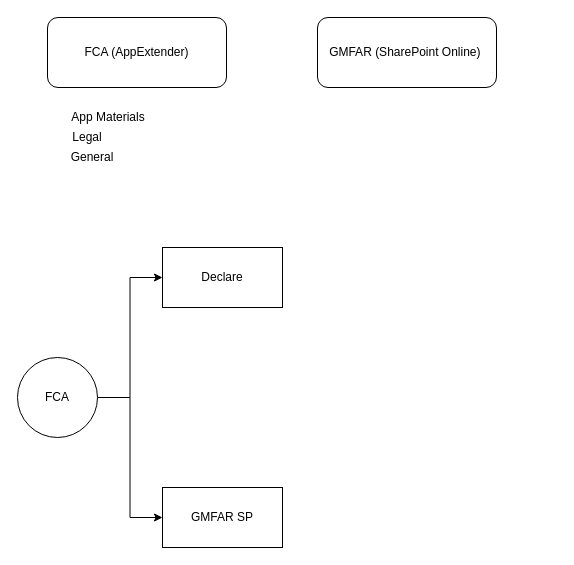
Above: page "ProjectHub Template" (6 of 7) of Nintex Workflow Cloud.drawio in ednat14/edna (draw.io), before the change. Source tidied: cells renumbered, new cells numbered last; positions are measured from the earlier drawing's top-left corner, leaving out a move shared by most shapes. Both pictures are drawn from the tidied source at 100%, with x=0, y=0 at pixel (17, 17).
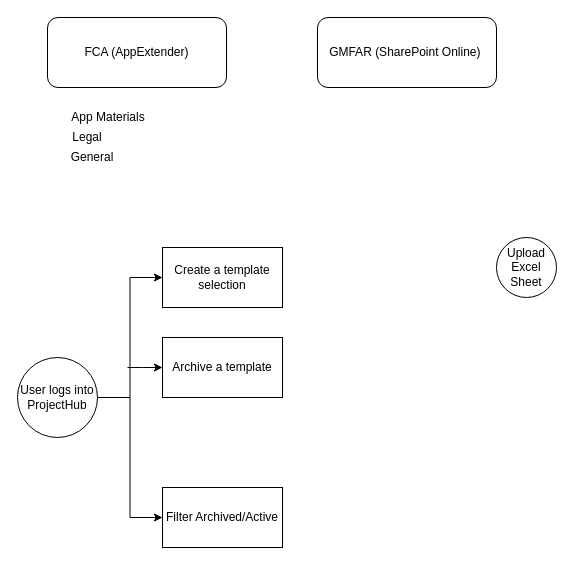
After the change.

The edit, as a diff of the source:
```diff
@@
 <mxGraphModel>
   <root>
     <mxCell id="0" />
     <mxCell id="1" parent="0" />
     <mxCell id="2" value="FCA (AppExtender)" style="rounded=1;whiteSpace=wrap;html=1;" parent="1" vertex="1">
       <mxGeometry x="30" width="179" height="70" as="geometry" />
     </mxCell>
     <mxCell id="3" value="GMFAR (SharePoint Online)&amp;nbsp;" style="rounded=1;whiteSpace=wrap;html=1;" parent="1" vertex="1">
       <mxGeometry x="300" width="179" height="70" as="geometry" />
     </mxCell>
     <mxCell id="4" value="App Materials" style="text;html=1;strokeColor=none;fillColor=none;align=center;verticalAlign=middle;whiteSpace=wrap;rounded=0;" parent="1" vertex="1">
       <mxGeometry x="40.5" y="90" width="100" height="20" as="geometry" />
     </mxCell>
     <mxCell id="5" value="Legal" style="text;html=1;strokeColor=none;fillColor=none;align=center;verticalAlign=middle;whiteSpace=wrap;rounded=0;" parent="1" vertex="1">
       <mxGeometry x="30" y="110" width="80" height="20" as="geometry" />
     </mxCell>
     <mxCell id="6" value="General" style="text;html=1;strokeColor=none;fillColor=none;align=center;verticalAlign=middle;whiteSpace=wrap;rounded=0;" parent="1" vertex="1">
       <mxGeometry x="35" y="130" width="80" height="20" as="geometry" />
     </mxCell>
     <mxCell id="7" style="edgeStyle=orthogonalEdgeStyle;rounded=0;jettySize=auto;html=1;entryX=0;entryY=0.5;entryDx=0;entryDy=0;" parent="1" edge="1" source="9" target="10">
       <mxGeometry relative="1" as="geometry" />
     </mxCell>
     <mxCell id="8" style="edgeStyle=orthogonalEdgeStyle;rounded=0;jettySize=auto;html=1;exitX=1;exitY=0.5;exitDx=0;exitDy=0;entryX=0;entryY=0.5;entryDx=0;entryDy=0;" parent="1" edge="1" source="9" target="11">
       <mxGeometry relative="1" as="geometry" />
     </mxCell>
-    <mxCell id="9" value="FCA" style="ellipse;whiteSpace=wrap;html=1;" parent="1" vertex="1">
+    <mxCell id="9" value="User logs into ProjectHub" style="ellipse;whiteSpace=wrap;html=1;" parent="1" vertex="1">
       <mxGeometry y="340" width="80" height="80" as="geometry" />
     </mxCell>
-    <mxCell id="10" value="Declare" style="rounded=0;whiteSpace=wrap;html=1;" parent="1" vertex="1">
+    <mxCell id="10" value="Create a template selection" style="rounded=0;whiteSpace=wrap;html=1;" parent="1" vertex="1">
       <mxGeometry x="145" y="230" width="120" height="60" as="geometry" />
     </mxCell>
-    <mxCell id="11" value="GMFAR SP" style="rounded=0;whiteSpace=wrap;html=1;" parent="1" vertex="1">
+    <mxCell id="11" value="Filter Archived/Active" style="rounded=0;whiteSpace=wrap;html=1;" parent="1" vertex="1">
       <mxGeometry x="145" y="470" width="120" height="60" as="geometry" />
     </mxCell>
+    <mxCell id="12" value="Upload Excel Sheet" style="ellipse;whiteSpace=wrap;html=1;" parent="1" vertex="1">
+      <mxGeometry x="479" y="220" width="60" height="60" as="geometry" />
+    </mxCell>
+    <mxCell id="13" style="edgeStyle=orthogonalEdgeStyle;rounded=0;jettySize=auto;html=1;endArrow=none;endFill=0;startArrow=classic;startFill=1;" parent="1" edge="1" source="14">
+      <mxGeometry relative="1" as="geometry">
+        <mxPoint x="110" y="350" as="targetPoint" />
+      </mxGeometry>
+    </mxCell>
+    <mxCell id="14" value="Archive a template" style="rounded=0;whiteSpace=wrap;html=1;" parent="1" vertex="1">
+      <mxGeometry x="145" y="320" width="120" height="60" as="geometry" />
+    </mxCell>
   </root>
 </mxGraphModel>
```
